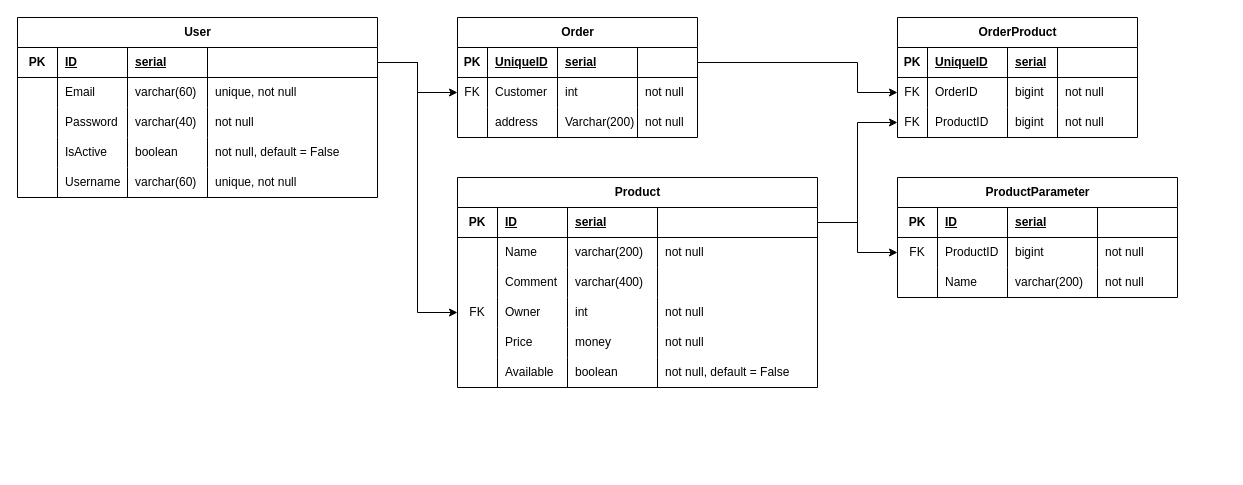
This is DBScheme.drawio from Morrmysh/NetologyPetProject, a draw.io file, before an edit. Source tidied: cells renumbered, new cells numbered last; positions are measured from the earlier drawing's top-left corner, leaving out a move shared by most shapes. Both pictures are drawn from the tidied source at 100%, with x=0, y=0 at pixel (17, 17).
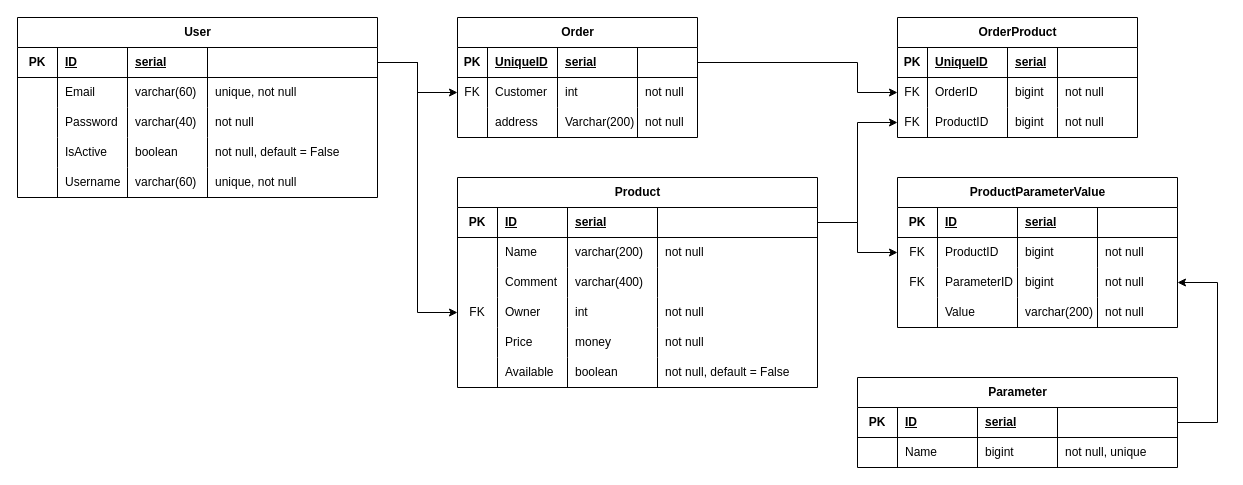
Above is the later version.

The change refers to these unchanged cells:
```xml
<mxCell id="60" style="shape=tableRow;horizontal=0;startSize=0;swimlaneHead=0;swimlaneBody=0;fillColor=none;top=0;left=0;right=0;bottom=1;" parent="59" vertex="1">
  <mxGeometry y="30" width="280" height="30" as="geometry" />
</mxCell>
<mxCell id="65" style="shape=tableRow;horizontal=0;startSize=0;swimlaneHead=0;swimlaneBody=0;fillColor=none;points=[[0,0.5],[1,0.5]];portConstraint=eastwest;top=0;left=0;right=0;bottom=0;" parent="59" vertex="1">
  <mxGeometry y="60" width="280" height="30" as="geometry" />
</mxCell>
<mxCell id="70" style="shape=tableRow;horizontal=0;startSize=0;swimlaneHead=0;swimlaneBody=0;fillColor=none;points=[[0,0.5],[1,0.5]];portConstraint=eastwest;top=0;left=0;right=0;bottom=0;" parent="59" vertex="1">
  <mxGeometry y="90" width="280" height="30" as="geometry" />
</mxCell>
```

Change to the diagram source:
```diff
@@
-    <mxCell id="59" value="ProductParameter" style="shape=table;startSize=30;childLayout=tableLayout;rowLines=0;fontStyle=1;align=center;html=1;" parent="1" vertex="1">
-      <mxGeometry x="880" y="160" width="280" height="120" as="geometry" />
+    <mxCell id="59" value="ProductParameterValue" style="shape=table;startSize=30;childLayout=tableLayout;rowLines=0;fontStyle=1;align=center;html=1;" parent="1" vertex="1">
+      <mxGeometry x="880" y="160" width="280" height="150" as="geometry" />
     </mxCell>
@@
     <mxCell id="62" value="ID" style="shape=partialRectangle;fillColor=none;top=0;left=0;bottom=0;right=0;align=left;spacingLeft=6;fontStyle=5;overflow=hidden;whiteSpace=wrap;html=1;" parent="60" vertex="1">
-      <mxGeometry x="40" width="70" height="30" as="geometry" />
+      <mxGeometry x="40" width="80" height="30" as="geometry" />
     </mxCell>
     <mxCell id="63" value="serial" style="shape=partialRectangle;fillColor=none;top=0;left=0;bottom=0;right=0;align=left;spacingLeft=6;fontStyle=5;overflow=hidden;whiteSpace=wrap;html=1;" parent="60" vertex="1">
-      <mxGeometry x="110" width="90" height="30" as="geometry" />
+      <mxGeometry x="120" width="80" height="30" as="geometry" />
     </mxCell>
@@
     <mxCell id="67" value="ProductID" style="shape=partialRectangle;fillColor=none;top=0;left=0;bottom=0;right=0;align=left;spacingLeft=6;overflow=hidden;whiteSpace=wrap;html=1;" parent="65" vertex="1">
-      <mxGeometry x="40" width="70" height="30" as="geometry" />
+      <mxGeometry x="40" width="80" height="30" as="geometry" />
     </mxCell>
     <mxCell id="68" value="bigint" style="shape=partialRectangle;fillColor=none;top=0;left=0;bottom=0;right=0;align=left;spacingLeft=6;overflow=hidden;whiteSpace=wrap;html=1;" parent="65" vertex="1">
-      <mxGeometry x="110" width="90" height="30" as="geometry" />
+      <mxGeometry x="120" width="80" height="30" as="geometry" />
     </mxCell>
@@
-    <mxCell id="71" style="shape=partialRectangle;fillColor=none;top=0;left=0;bottom=0;right=0;overflow=hidden;whiteSpace=wrap;html=1;" parent="70" vertex="1">
+    <mxCell id="71" value="FK" style="shape=partialRectangle;fillColor=none;top=0;left=0;bottom=0;right=0;overflow=hidden;whiteSpace=wrap;html=1;" parent="70" vertex="1">
       <mxGeometry width="40" height="30" as="geometry" />
     </mxCell>
-    <mxCell id="72" value="Name" style="shape=partialRectangle;fillColor=none;top=0;left=0;bottom=0;right=0;align=left;spacingLeft=6;overflow=hidden;whiteSpace=wrap;html=1;" parent="70" vertex="1">
-      <mxGeometry x="40" width="70" height="30" as="geometry" />
+    <mxCell id="72" value="ParameterID" style="shape=partialRectangle;fillColor=none;top=0;left=0;bottom=0;right=0;align=left;spacingLeft=6;overflow=hidden;whiteSpace=wrap;html=1;" parent="70" vertex="1">
+      <mxGeometry x="40" width="80" height="30" as="geometry" />
     </mxCell>
-    <mxCell id="73" value="varchar(200)" style="shape=partialRectangle;fillColor=none;top=0;left=0;bottom=0;right=0;align=left;spacingLeft=6;overflow=hidden;whiteSpace=wrap;html=1;" parent="70" vertex="1">
-      <mxGeometry x="110" width="90" height="30" as="geometry" />
+    <mxCell id="73" value="bigint" style="shape=partialRectangle;fillColor=none;top=0;left=0;bottom=0;right=0;align=left;spacingLeft=6;overflow=hidden;whiteSpace=wrap;html=1;" parent="70" vertex="1">
+      <mxGeometry x="120" width="80" height="30" as="geometry" />
     </mxCell>
@@
+    <mxCell id="112" style="shape=tableRow;horizontal=0;startSize=0;swimlaneHead=0;swimlaneBody=0;fillColor=none;top=0;left=0;right=0;bottom=0;" parent="59" vertex="1">
+      <mxGeometry y="120" width="280" height="30" as="geometry" />
+    </mxCell>
+    <mxCell id="113" style="shape=partialRectangle;fillColor=none;top=0;left=0;bottom=0;right=0;overflow=hidden;whiteSpace=wrap;html=1;" parent="112" vertex="1">
+      <mxGeometry width="40" height="30" as="geometry" />
+    </mxCell>
+    <mxCell id="114" value="Value" style="shape=partialRectangle;fillColor=none;top=0;left=0;bottom=0;right=0;align=left;spacingLeft=6;overflow=hidden;whiteSpace=wrap;html=1;" parent="112" vertex="1">
+      <mxGeometry x="40" width="80" height="30" as="geometry" />
+    </mxCell>
+    <mxCell id="115" value="varchar(200)" style="shape=partialRectangle;fillColor=none;top=0;left=0;bottom=0;right=0;align=left;spacingLeft=6;overflow=hidden;whiteSpace=wrap;html=1;" parent="112" vertex="1">
+      <mxGeometry x="120" width="80" height="30" as="geometry" />
+    </mxCell>
+    <mxCell id="116" value="not null" style="shape=partialRectangle;fillColor=none;top=0;left=0;bottom=0;right=0;align=left;spacingLeft=6;overflow=hidden;whiteSpace=wrap;html=1;" parent="112" vertex="1">
+      <mxGeometry x="200" width="80" height="30" as="geometry" />
+    </mxCell>
@@
+    <mxCell id="117" value="Parameter" style="shape=table;startSize=30;childLayout=tableLayout;rowLines=0;fontStyle=1;align=center;html=1;" parent="1" vertex="1">
+      <mxGeometry x="840" y="360" width="320" height="90" as="geometry" />
+    </mxCell>
+    <mxCell id="118" style="shape=tableRow;horizontal=0;startSize=0;swimlaneHead=0;swimlaneBody=0;fillColor=none;points=[[0,0.5],[1,0.5]];portConstraint=eastwest;top=0;left=0;right=0;bottom=1;" parent="117" vertex="1">
+      <mxGeometry y="30" width="320" height="30" as="geometry" />
+    </mxCell>
+    <mxCell id="119" value="PK" style="shape=partialRectangle;fillColor=none;top=0;left=0;bottom=0;right=0;fontStyle=1;overflow=hidden;whiteSpace=wrap;html=1;" parent="118" vertex="1">
+      <mxGeometry width="40" height="30" as="geometry" />
+    </mxCell>
+    <mxCell id="120" value="ID" style="shape=partialRectangle;fillColor=none;top=0;left=0;bottom=0;right=0;align=left;spacingLeft=6;fontStyle=5;overflow=hidden;whiteSpace=wrap;html=1;" parent="118" vertex="1">
+      <mxGeometry x="40" width="80" height="30" as="geometry" />
+    </mxCell>
+    <mxCell id="121" value="serial" style="shape=partialRectangle;fillColor=none;top=0;left=0;bottom=0;right=0;align=left;spacingLeft=6;fontStyle=5;overflow=hidden;whiteSpace=wrap;html=1;" parent="118" vertex="1">
+      <mxGeometry x="120" width="80" height="30" as="geometry" />
+    </mxCell>
+    <mxCell id="122" style="shape=partialRectangle;fillColor=none;top=0;left=0;bottom=0;right=0;align=left;spacingLeft=6;fontStyle=5;overflow=hidden;whiteSpace=wrap;html=1;" parent="118" vertex="1">
+      <mxGeometry x="200" width="120" height="30" as="geometry" />
+    </mxCell>
+    <mxCell id="123" style="shape=tableRow;horizontal=0;startSize=0;swimlaneHead=0;swimlaneBody=0;fillColor=none;top=0;left=0;right=0;bottom=0;" parent="117" vertex="1">
+      <mxGeometry y="60" width="320" height="30" as="geometry" />
+    </mxCell>
+    <mxCell id="124" style="shape=partialRectangle;fillColor=none;top=0;left=0;bottom=0;right=0;overflow=hidden;whiteSpace=wrap;html=1;" parent="123" vertex="1">
+      <mxGeometry width="40" height="30" as="geometry" />
+    </mxCell>
+    <mxCell id="125" value="Name" style="shape=partialRectangle;fillColor=none;top=0;left=0;bottom=0;right=0;align=left;spacingLeft=6;overflow=hidden;whiteSpace=wrap;html=1;" parent="123" vertex="1">
+      <mxGeometry x="40" width="80" height="30" as="geometry" />
+    </mxCell>
+    <mxCell id="126" value="bigint" style="shape=partialRectangle;fillColor=none;top=0;left=0;bottom=0;right=0;align=left;spacingLeft=6;overflow=hidden;whiteSpace=wrap;html=1;" parent="123" vertex="1">
+      <mxGeometry x="120" width="80" height="30" as="geometry" />
+    </mxCell>
+    <mxCell id="127" value="not null, unique" style="shape=partialRectangle;fillColor=none;top=0;left=0;bottom=0;right=0;align=left;spacingLeft=6;overflow=hidden;whiteSpace=wrap;html=1;" parent="123" vertex="1">
+      <mxGeometry x="200" width="120" height="30" as="geometry" />
+    </mxCell>
+    <mxCell id="128" style="edgeStyle=orthogonalEdgeStyle;rounded=0;jettySize=auto;html=1;exitX=1;exitY=0.5;exitDx=0;exitDy=0;entryX=1;entryY=0.5;entryDx=0;entryDy=0;" parent="1" edge="1" source="118" target="70">
+      <mxGeometry relative="1" as="geometry">
+        <Array as="points">
+          <mxPoint x="1200" y="405" />
+          <mxPoint x="1200" y="265" />
+        </Array>
+      </mxGeometry>
+    </mxCell>
```
